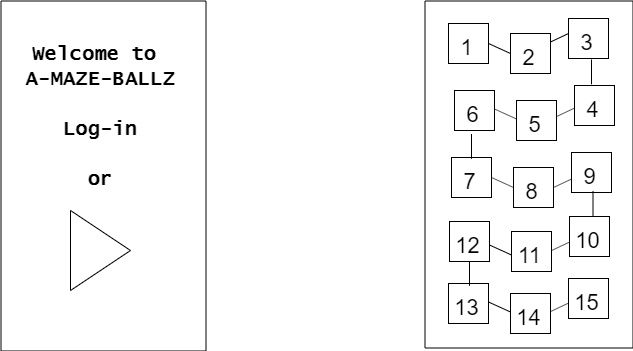
Above: docs/wireframe.png in edubois9119/a-maze-ballz (draw.io), before the change. Source tidied: cells renumbered, new cells last; positions are measured from the earlier drawing's top-left corner, leaving out a move shared by most shapes. The source it was exported from:
```xml
<mxGraphModel>
  <root>
    <mxCell id="0" />
    <mxCell id="1" parent="0" />
    <mxCell id="2" style="rounded=0;whiteSpace=wrap;html=1;rotation=90;" parent="1" vertex="1">
      <mxGeometry y="55" width="350" height="205" as="geometry" />
    </mxCell>
    <mxCell id="3" style="rounded=0;whiteSpace=wrap;html=1;rotation=90;" parent="1" vertex="1">
      <mxGeometry x="427" y="52" width="347" height="208" as="geometry" />
    </mxCell>
    <mxCell id="4" value="&lt;b style=&quot;font-size: 20px&quot;&gt;&lt;font face=&quot;Lucida Console&quot; style=&quot;font-size: 20px&quot;&gt;Welcome to &lt;br&gt;A-MAZE-BALLZ&lt;br&gt;&lt;br&gt;Log-in&lt;br&gt;&lt;br&gt;or&lt;br&gt;&lt;/font&gt;&lt;/b&gt;" style="text;html=1;strokeColor=none;fillColor=none;align=center;verticalAlign=middle;whiteSpace=wrap;rounded=0;" parent="1" vertex="1">
      <mxGeometry x="87" y="2" width="170" height="190" as="geometry" />
    </mxCell>
    <mxCell id="5" style="triangle;whiteSpace=wrap;html=1;" parent="1" vertex="1">
      <mxGeometry x="142" y="192" width="60" height="80" as="geometry" />
    </mxCell>
    <mxCell id="6" style="whiteSpace=wrap;html=1;" parent="1" vertex="1">
      <mxGeometry x="520" y="5" width="40" height="40" as="geometry" />
    </mxCell>
    <mxCell id="7" value="&lt;font style=&quot;font-size: 22px&quot;&gt;1&lt;/font&gt;" style="text;html=1;strokeColor=none;fillColor=none;align=center;verticalAlign=middle;whiteSpace=wrap;rounded=0;direction=south;" parent="1" vertex="1">
      <mxGeometry x="525" y="10" width="27" height="37" as="geometry" />
    </mxCell>
    <mxCell id="8" style="whiteSpace=wrap;html=1;" parent="1" vertex="1">
      <mxGeometry x="582" y="15" width="40" height="40" as="geometry" />
    </mxCell>
    <mxCell id="9" value="&lt;font style=&quot;font-size: 22px&quot;&gt;2&lt;/font&gt;" style="text;html=1;strokeColor=none;fillColor=none;align=center;verticalAlign=middle;whiteSpace=wrap;rounded=0;direction=south;" parent="1" vertex="1">
      <mxGeometry x="587" y="20" width="27" height="37" as="geometry" />
    </mxCell>
    <mxCell id="10" style="whiteSpace=wrap;html=1;" parent="1" vertex="1">
      <mxGeometry x="640" width="40" height="40" as="geometry" />
    </mxCell>
    <mxCell id="11" value="&lt;font style=&quot;font-size: 22px&quot;&gt;3&lt;/font&gt;" style="text;html=1;strokeColor=none;fillColor=none;align=center;verticalAlign=middle;whiteSpace=wrap;rounded=0;direction=south;" parent="1" vertex="1">
      <mxGeometry x="645" y="5" width="27" height="37" as="geometry" />
    </mxCell>
    <mxCell id="12" style="whiteSpace=wrap;html=1;" parent="1" vertex="1">
      <mxGeometry x="526" y="72" width="40" height="40" as="geometry" />
    </mxCell>
    <mxCell id="13" value="&lt;span style=&quot;font-size: 22px&quot;&gt;6&lt;/span&gt;" style="text;html=1;strokeColor=none;fillColor=none;align=center;verticalAlign=middle;whiteSpace=wrap;rounded=0;direction=south;" parent="1" vertex="1">
      <mxGeometry x="531" y="77" width="27" height="37" as="geometry" />
    </mxCell>
    <mxCell id="14" style="whiteSpace=wrap;html=1;" parent="1" vertex="1">
      <mxGeometry x="588" y="82" width="40" height="40" as="geometry" />
    </mxCell>
    <mxCell id="15" value="&lt;font style=&quot;font-size: 22px&quot;&gt;5&lt;/font&gt;" style="text;html=1;strokeColor=none;fillColor=none;align=center;verticalAlign=middle;whiteSpace=wrap;rounded=0;direction=south;" parent="1" vertex="1">
      <mxGeometry x="593" y="87" width="27" height="37" as="geometry" />
    </mxCell>
    <mxCell id="16" style="whiteSpace=wrap;html=1;" parent="1" vertex="1">
      <mxGeometry x="646" y="67" width="40" height="40" as="geometry" />
    </mxCell>
    <mxCell id="17" value="&lt;span style=&quot;font-size: 22px&quot;&gt;4&lt;/span&gt;" style="text;html=1;strokeColor=none;fillColor=none;align=center;verticalAlign=middle;whiteSpace=wrap;rounded=0;direction=south;" parent="1" vertex="1">
      <mxGeometry x="651" y="72" width="27" height="37" as="geometry" />
    </mxCell>
    <mxCell id="18" style="whiteSpace=wrap;html=1;" parent="1" vertex="1">
      <mxGeometry x="523" y="139" width="40" height="40" as="geometry" />
    </mxCell>
    <mxCell id="19" value="&lt;font style=&quot;font-size: 22px&quot;&gt;7&lt;/font&gt;" style="text;html=1;strokeColor=none;fillColor=none;align=center;verticalAlign=middle;whiteSpace=wrap;rounded=0;direction=south;" parent="1" vertex="1">
      <mxGeometry x="528" y="144" width="27" height="37" as="geometry" />
    </mxCell>
    <mxCell id="20" style="whiteSpace=wrap;html=1;" parent="1" vertex="1">
      <mxGeometry x="585" y="149" width="40" height="40" as="geometry" />
    </mxCell>
    <mxCell id="21" value="&lt;font style=&quot;font-size: 22px&quot;&gt;8&lt;/font&gt;" style="text;html=1;strokeColor=none;fillColor=none;align=center;verticalAlign=middle;whiteSpace=wrap;rounded=0;direction=south;" parent="1" vertex="1">
      <mxGeometry x="590" y="154" width="27" height="37" as="geometry" />
    </mxCell>
    <mxCell id="22" style="whiteSpace=wrap;html=1;" parent="1" vertex="1">
      <mxGeometry x="643" y="134" width="40" height="40" as="geometry" />
    </mxCell>
    <mxCell id="23" value="&lt;font style=&quot;font-size: 22px&quot;&gt;9&lt;/font&gt;" style="text;html=1;strokeColor=none;fillColor=none;align=center;verticalAlign=middle;whiteSpace=wrap;rounded=0;direction=south;" parent="1" vertex="1">
      <mxGeometry x="648" y="139" width="27" height="37" as="geometry" />
    </mxCell>
    <mxCell id="24" style="whiteSpace=wrap;html=1;" parent="1" vertex="1">
      <mxGeometry x="521" y="203" width="40" height="40" as="geometry" />
    </mxCell>
    <mxCell id="25" value="&lt;font style=&quot;font-size: 22px&quot;&gt;12&lt;/font&gt;" style="text;html=1;strokeColor=none;fillColor=none;align=center;verticalAlign=middle;whiteSpace=wrap;rounded=0;direction=south;" parent="1" vertex="1">
      <mxGeometry x="526" y="208" width="27" height="37" as="geometry" />
    </mxCell>
    <mxCell id="26" style="whiteSpace=wrap;html=1;" parent="1" vertex="1">
      <mxGeometry x="583" y="213" width="40" height="40" as="geometry" />
    </mxCell>
    <mxCell id="27" value="&lt;font style=&quot;font-size: 22px&quot;&gt;11&lt;/font&gt;" style="text;html=1;strokeColor=none;fillColor=none;align=center;verticalAlign=middle;whiteSpace=wrap;rounded=0;direction=south;" parent="1" vertex="1">
      <mxGeometry x="588" y="218" width="27" height="37" as="geometry" />
    </mxCell>
    <mxCell id="28" style="whiteSpace=wrap;html=1;" parent="1" vertex="1">
      <mxGeometry x="641" y="198" width="40" height="40" as="geometry" />
    </mxCell>
    <mxCell id="29" value="&lt;font style=&quot;font-size: 22px&quot;&gt;10&lt;/font&gt;" style="text;html=1;strokeColor=none;fillColor=none;align=center;verticalAlign=middle;whiteSpace=wrap;rounded=0;direction=south;" parent="1" vertex="1">
      <mxGeometry x="646" y="203" width="27" height="37" as="geometry" />
    </mxCell>
    <mxCell id="30" style="whiteSpace=wrap;html=1;" parent="1" vertex="1">
      <mxGeometry x="520" y="265" width="40" height="40" as="geometry" />
    </mxCell>
    <mxCell id="31" value="&lt;font style=&quot;font-size: 22px&quot;&gt;13&lt;/font&gt;" style="text;html=1;strokeColor=none;fillColor=none;align=center;verticalAlign=middle;whiteSpace=wrap;rounded=0;direction=south;" parent="1" vertex="1">
      <mxGeometry x="525" y="270" width="27" height="37" as="geometry" />
    </mxCell>
    <mxCell id="32" style="whiteSpace=wrap;html=1;" parent="1" vertex="1">
      <mxGeometry x="582" y="275" width="40" height="40" as="geometry" />
    </mxCell>
    <mxCell id="33" value="&lt;span style=&quot;font-size: 22px&quot;&gt;14&lt;/span&gt;" style="text;html=1;strokeColor=none;fillColor=none;align=center;verticalAlign=middle;whiteSpace=wrap;rounded=0;direction=south;" parent="1" vertex="1">
      <mxGeometry x="587" y="280" width="27" height="37" as="geometry" />
    </mxCell>
    <mxCell id="34" style="whiteSpace=wrap;html=1;" parent="1" vertex="1">
      <mxGeometry x="640" y="260" width="40" height="40" as="geometry" />
    </mxCell>
    <mxCell id="35" value="&lt;font style=&quot;font-size: 22px&quot;&gt;15&lt;br&gt;&lt;/font&gt;" style="text;html=1;strokeColor=none;fillColor=none;align=center;verticalAlign=middle;whiteSpace=wrap;rounded=0;direction=south;" parent="1" vertex="1">
      <mxGeometry x="645" y="265" width="27" height="37" as="geometry" />
    </mxCell>
    <mxCell id="36" style="endArrow=none;html=1;entryX=0;entryY=0.5;entryDx=0;entryDy=0;exitX=1;exitY=0.5;exitDx=0;exitDy=0;" parent="1" edge="1" source="6" target="8">
      <mxGeometry relative="1" as="geometry" />
    </mxCell>
    <mxCell id="37" style="endArrow=none;html=1;entryX=0;entryY=0.5;entryDx=0;entryDy=0;exitX=1;exitY=0.5;exitDx=0;exitDy=0;" parent="1" edge="1">
      <mxGeometry relative="1" as="geometry">
        <mxPoint x="566" y="90.5" as="sourcePoint" />
        <mxPoint x="588" y="100.5" as="targetPoint" />
      </mxGeometry>
    </mxCell>
    <mxCell id="38" style="endArrow=none;html=1;entryX=0;entryY=0.5;entryDx=0;entryDy=0;exitX=1;exitY=0.5;exitDx=0;exitDy=0;" parent="1" edge="1">
      <mxGeometry relative="1" as="geometry">
        <mxPoint x="563" y="159" as="sourcePoint" />
        <mxPoint x="585" y="169" as="targetPoint" />
      </mxGeometry>
    </mxCell>
    <mxCell id="39" style="endArrow=none;html=1;entryX=0;entryY=0.5;entryDx=0;entryDy=0;exitX=1;exitY=0.5;exitDx=0;exitDy=0;" parent="1" edge="1">
      <mxGeometry relative="1" as="geometry">
        <mxPoint x="561" y="226.5" as="sourcePoint" />
        <mxPoint x="583" y="236.5" as="targetPoint" />
      </mxGeometry>
    </mxCell>
    <mxCell id="40" style="endArrow=none;html=1;entryX=0;entryY=0.5;entryDx=0;entryDy=0;exitX=1;exitY=0.5;exitDx=0;exitDy=0;" parent="1" edge="1">
      <mxGeometry relative="1" as="geometry">
        <mxPoint x="560" y="283.5" as="sourcePoint" />
        <mxPoint x="582" y="293.5" as="targetPoint" />
      </mxGeometry>
    </mxCell>
    <mxCell id="41" style="endArrow=none;html=1;entryX=-0.008;entryY=0.38;entryDx=0;entryDy=0;exitX=1;exitY=0.5;exitDx=0;exitDy=0;entryPerimeter=0;" parent="1" edge="1" target="10">
      <mxGeometry relative="1" as="geometry">
        <mxPoint x="622" y="23.5" as="sourcePoint" />
      </mxGeometry>
    </mxCell>
    <mxCell id="42" style="endArrow=none;html=1;entryX=-0.008;entryY=0.38;entryDx=0;entryDy=0;exitX=1;exitY=0.5;exitDx=0;exitDy=0;entryPerimeter=0;" parent="1" edge="1">
      <mxGeometry relative="1" as="geometry">
        <mxPoint x="628.5" y="97.8" as="sourcePoint" />
        <mxPoint x="646.2" y="89.5" as="targetPoint" />
      </mxGeometry>
    </mxCell>
    <mxCell id="43" style="endArrow=none;html=1;entryX=-0.008;entryY=0.38;entryDx=0;entryDy=0;exitX=1;exitY=0.5;exitDx=0;exitDy=0;entryPerimeter=0;" parent="1" edge="1">
      <mxGeometry relative="1" as="geometry">
        <mxPoint x="625" y="169" as="sourcePoint" />
        <mxPoint x="642.7" y="160.7" as="targetPoint" />
      </mxGeometry>
    </mxCell>
    <mxCell id="44" style="endArrow=none;html=1;entryX=-0.008;entryY=0.38;entryDx=0;entryDy=0;exitX=1;exitY=0.5;exitDx=0;exitDy=0;entryPerimeter=0;" parent="1" edge="1">
      <mxGeometry relative="1" as="geometry">
        <mxPoint x="623.5" y="231.8" as="sourcePoint" />
        <mxPoint x="641.2" y="223.5" as="targetPoint" />
      </mxGeometry>
    </mxCell>
    <mxCell id="45" style="endArrow=none;html=1;entryX=-0.008;entryY=0.38;entryDx=0;entryDy=0;exitX=1;exitY=0.5;exitDx=0;exitDy=0;entryPerimeter=0;" parent="1" edge="1">
      <mxGeometry relative="1" as="geometry">
        <mxPoint x="622.5" y="292.8" as="sourcePoint" />
        <mxPoint x="640.2" y="284.5" as="targetPoint" />
      </mxGeometry>
    </mxCell>
    <mxCell id="46" style="endArrow=none;html=1;exitX=0.425;exitY=-0.005;exitDx=0;exitDy=0;exitPerimeter=0;" parent="1" edge="1">
      <mxGeometry relative="1" as="geometry">
        <mxPoint x="663" y="65.8" as="sourcePoint" />
        <mxPoint x="663" y="41" as="targetPoint" />
      </mxGeometry>
    </mxCell>
    <mxCell id="47" style="endArrow=none;html=1;exitX=0.425;exitY=-0.005;exitDx=0;exitDy=0;exitPerimeter=0;" parent="1" edge="1">
      <mxGeometry relative="1" as="geometry">
        <mxPoint x="543" y="140.3" as="sourcePoint" />
        <mxPoint x="543" y="115.5" as="targetPoint" />
      </mxGeometry>
    </mxCell>
    <mxCell id="48" style="endArrow=none;html=1;exitX=0.425;exitY=-0.005;exitDx=0;exitDy=0;exitPerimeter=0;" parent="1" edge="1">
      <mxGeometry relative="1" as="geometry">
        <mxPoint x="664.5" y="197.8" as="sourcePoint" />
        <mxPoint x="664.5" y="173" as="targetPoint" />
      </mxGeometry>
    </mxCell>
    <mxCell id="49" style="endArrow=none;html=1;exitX=0.425;exitY=-0.005;exitDx=0;exitDy=0;exitPerimeter=0;" parent="1" edge="1">
      <mxGeometry relative="1" as="geometry">
        <mxPoint x="541" y="267.3" as="sourcePoint" />
        <mxPoint x="541" y="242.5" as="targetPoint" />
      </mxGeometry>
    </mxCell>
  </root>
</mxGraphModel>
```
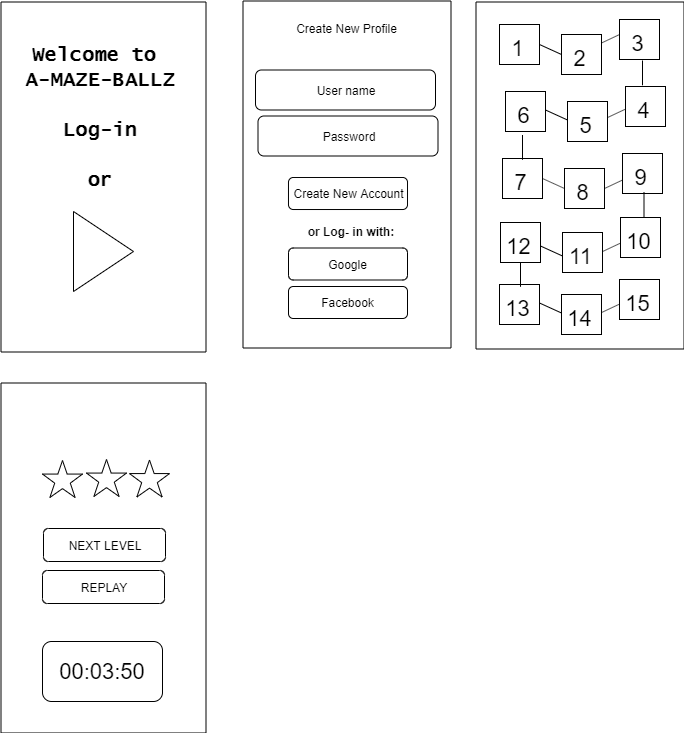
After the commit.

The edit, as a diff of the source:
```diff
@@ -3,16 +3,16 @@
     <mxCell id="0" />
     <mxCell id="1" parent="0" />
     <mxCell id="2" style="rounded=0;whiteSpace=wrap;html=1;rotation=90;" parent="1" vertex="1">
-      <mxGeometry y="55" width="350" height="205" as="geometry" />
+      <mxGeometry x="-51" y="55" width="350" height="205" as="geometry" />
     </mxCell>
     <mxCell id="3" style="rounded=0;whiteSpace=wrap;html=1;rotation=90;" parent="1" vertex="1">
       <mxGeometry x="427" y="52" width="347" height="208" as="geometry" />
     </mxCell>
     <mxCell id="4" value="&lt;b style=&quot;font-size: 20px&quot;&gt;&lt;font face=&quot;Lucida Console&quot; style=&quot;font-size: 20px&quot;&gt;Welcome to &lt;br&gt;A-MAZE-BALLZ&lt;br&gt;&lt;br&gt;Log-in&lt;br&gt;&lt;br&gt;or&lt;br&gt;&lt;/font&gt;&lt;/b&gt;" style="text;html=1;strokeColor=none;fillColor=none;align=center;verticalAlign=middle;whiteSpace=wrap;rounded=0;" parent="1" vertex="1">
-      <mxGeometry x="87" y="2" width="170" height="190" as="geometry" />
+      <mxGeometry x="36" y="2" width="170" height="190" as="geometry" />
     </mxCell>
     <mxCell id="5" style="triangle;whiteSpace=wrap;html=1;" parent="1" vertex="1">
-      <mxGeometry x="142" y="192" width="60" height="80" as="geometry" />
+      <mxGeometry x="94" y="192" width="60" height="80" as="geometry" />
     </mxCell>
     <mxCell id="6" style="whiteSpace=wrap;html=1;" parent="1" vertex="1">
       <mxGeometry x="520" y="5" width="40" height="40" as="geometry" />
@@ -184,5 +184,50 @@
         <mxPoint x="541" y="242.5" as="targetPoint" />
       </mxGeometry>
     </mxCell>
+    <mxCell id="50" style="rounded=0;whiteSpace=wrap;html=1;rotation=90;" parent="1" vertex="1">
+      <mxGeometry x="194" y="51" width="347" height="208" as="geometry" />
+    </mxCell>
+    <mxCell id="51" value="Google" style="rounded=1;whiteSpace=wrap;html=1;" parent="1" vertex="1">
+      <mxGeometry x="309" y="228.5" width="119" height="32" as="geometry" />
+    </mxCell>
+    <mxCell id="52" value="Facebook" style="rounded=1;whiteSpace=wrap;html=1;" parent="1" vertex="1">
+      <mxGeometry x="309" y="267" width="119" height="32" as="geometry" />
+    </mxCell>
+    <mxCell id="53" value="Create New Account" style="rounded=1;whiteSpace=wrap;html=1;" parent="1" vertex="1">
+      <mxGeometry x="309" y="158" width="119" height="32" as="geometry" />
+    </mxCell>
+    <mxCell id="54" value="User name" style="rounded=1;whiteSpace=wrap;html=1;" parent="1" vertex="1">
+      <mxGeometry x="276" y="50.5" width="180" height="40" as="geometry" />
+    </mxCell>
+    <mxCell id="55" value="Password" style="rounded=1;whiteSpace=wrap;html=1;" parent="1" vertex="1">
+      <mxGeometry x="278.5" y="96.5" width="180" height="40" as="geometry" />
+    </mxCell>
+    <mxCell id="56" value="Create New Profile" style="text;html=1;strokeColor=none;fillColor=none;align=center;verticalAlign=middle;whiteSpace=wrap;rounded=0;" parent="1" vertex="1">
+      <mxGeometry x="279" y="-5" width="177" height="27" as="geometry" />
+    </mxCell>
+    <mxCell id="57" value="&lt;b&gt;or Log- in with:&lt;/b&gt;" style="text;html=1;strokeColor=none;fillColor=none;align=center;verticalAlign=middle;whiteSpace=wrap;rounded=0;" parent="1" vertex="1">
+      <mxGeometry x="316" y="202" width="110" height="20" as="geometry" />
+    </mxCell>
+    <mxCell id="58" style="rounded=0;whiteSpace=wrap;html=1;rotation=90;" parent="1" vertex="1">
+      <mxGeometry x="-51" y="436" width="350" height="205" as="geometry" />
+    </mxCell>
+    <mxCell id="59" style="verticalLabelPosition=bottom;verticalAlign=top;html=1;shape=mxgraph.basic.star;" parent="1" vertex="1">
+      <mxGeometry x="63" y="441" width="40" height="37" as="geometry" />
+    </mxCell>
+    <mxCell id="60" style="verticalLabelPosition=bottom;verticalAlign=top;html=1;shape=mxgraph.basic.star;" parent="1" vertex="1">
+      <mxGeometry x="107" y="440" width="40" height="37" as="geometry" />
+    </mxCell>
+    <mxCell id="61" style="verticalLabelPosition=bottom;verticalAlign=top;html=1;shape=mxgraph.basic.star;" parent="1" vertex="1">
+      <mxGeometry x="150" y="440.5" width="40" height="37" as="geometry" />
+    </mxCell>
+    <mxCell id="62" value="NEXT LEVEL" style="rounded=1;whiteSpace=wrap;html=1;" parent="1" vertex="1">
+      <mxGeometry x="64" y="509" width="122" height="33" as="geometry" />
+    </mxCell>
+    <mxCell id="63" value="REPLAY" style="rounded=1;whiteSpace=wrap;html=1;" parent="1" vertex="1">
+      <mxGeometry x="63" y="551" width="122" height="33" as="geometry" />
+    </mxCell>
+    <mxCell id="64" value="&lt;font style=&quot;font-size: 22px&quot;&gt;00:03:50&lt;/font&gt;" style="rounded=1;whiteSpace=wrap;html=1;" parent="1" vertex="1">
+      <mxGeometry x="63" y="622" width="120" height="60" as="geometry" />
+    </mxCell>
   </root>
 </mxGraphModel>
```
